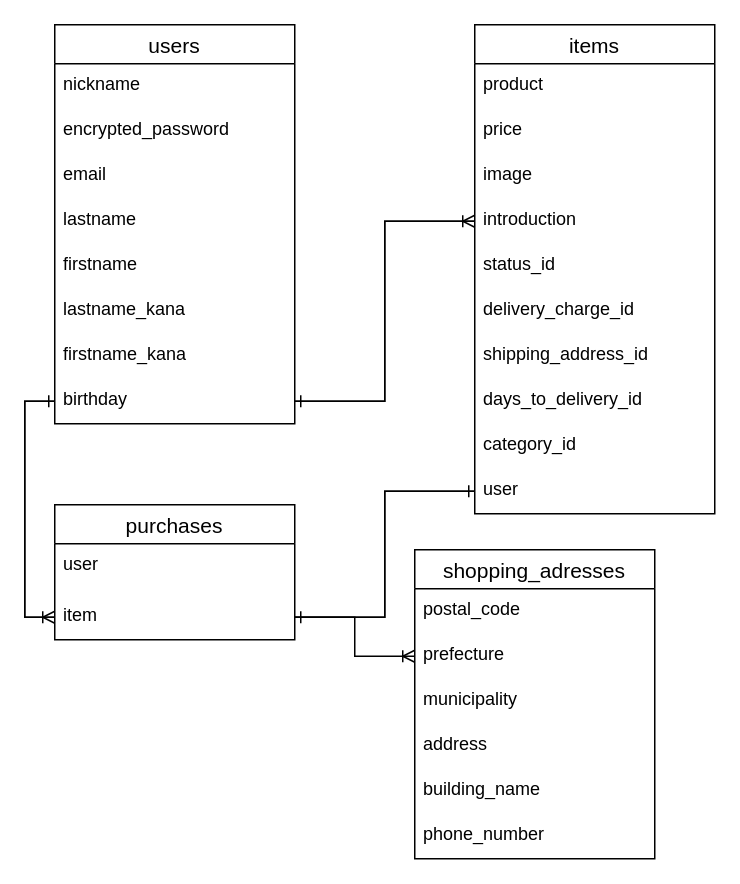
The draw.io diagram furima.dio in shiori0221/furima-35917, before the edit. Source tidied: cells renumbered, new cells numbered last; positions are measured from the earlier drawing's top-left corner, leaving out a move shared by most shapes. Both pictures are drawn from the tidied source at 150%, with x=0, y=0 at pixel (54, 24).
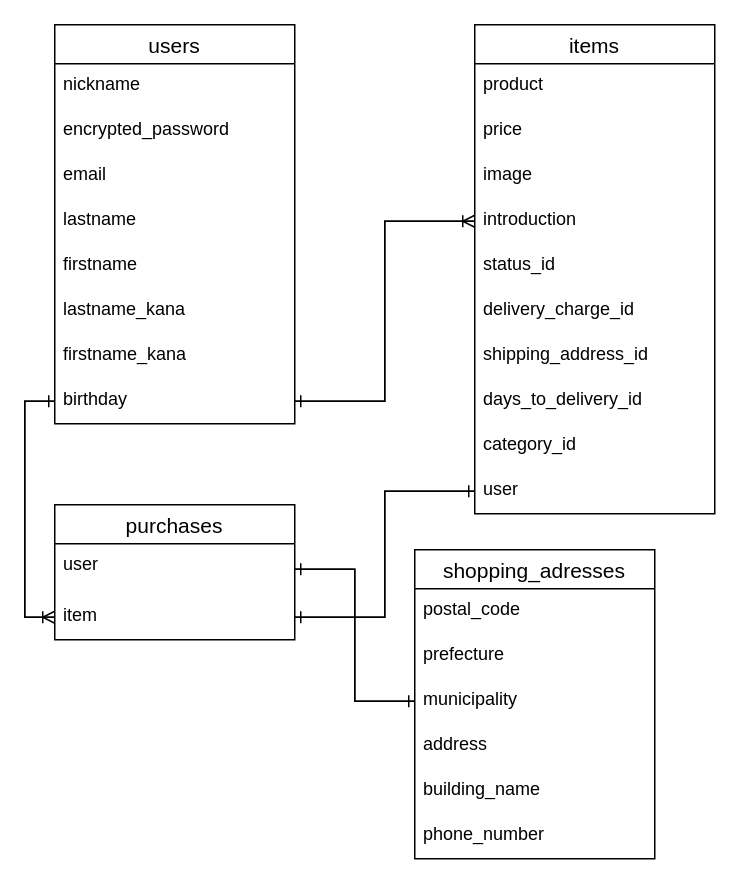
The same page after the edit.

Unchanged cells that the change refers to:
```xml
<mxCell id="23" value="user" style="text;strokeColor=none;fillColor=none;spacingLeft=4;spacingRight=4;overflow=hidden;points=[[0,0.5],[1,0.5]];portConstraint=eastwest;fontSize=12;" parent="22" vertex="1">
  <mxGeometry y="26" width="160" height="34" as="geometry" />
</mxCell>
<mxCell id="24" value="item" style="text;strokeColor=none;fillColor=none;spacingLeft=4;spacingRight=4;overflow=hidden;points=[[0,0.5],[1,0.5]];portConstraint=eastwest;fontSize=12;" parent="22" vertex="1">
  <mxGeometry y="60" width="160" height="30" as="geometry" />
</mxCell>
<mxCell id="27" value="prefecture" style="text;strokeColor=none;fillColor=none;spacingLeft=4;spacingRight=4;overflow=hidden;points=[[0,0.5],[1,0.5]];portConstraint=eastwest;fontSize=12;" parent="25" vertex="1">
  <mxGeometry y="56" width="160" height="30" as="geometry" />
</mxCell>
<mxCell id="28" value="municipality" style="text;strokeColor=none;fillColor=none;spacingLeft=4;spacingRight=4;overflow=hidden;points=[[0,0.5],[1,0.5]];portConstraint=eastwest;fontSize=12;verticalAlign=top;" parent="25" vertex="1">
  <mxGeometry y="86" width="160" height="30" as="geometry" />
</mxCell>
```

The edit, as a diff of the source:
```diff
@@
-    <mxCell id="38" style="edgeStyle=orthogonalEdgeStyle;rounded=0;jettySize=auto;html=1;entryX=0;entryY=0.5;entryDx=0;entryDy=0;endArrow=ERoneToMany;endFill=0;" parent="1" edge="1" source="24" target="27">
-      <mxGeometry relative="1" as="geometry" />
-    </mxCell>
+    <mxCell id="39" style="edgeStyle=orthogonalEdgeStyle;rounded=0;jettySize=auto;html=1;exitX=1;exitY=0.5;exitDx=0;exitDy=0;entryX=0;entryY=0.5;entryDx=0;entryDy=0;endArrow=ERone;endFill=0;" parent="1" edge="1" source="23" target="28">
+      <mxGeometry relative="1" as="geometry" />
+    </mxCell>
+    <mxCell id="40" style="edgeStyle=orthogonalEdgeStyle;rounded=0;jettySize=auto;html=1;exitX=0;exitY=0.5;exitDx=0;exitDy=0;entryX=1;entryY=0.5;entryDx=0;entryDy=0;endArrow=ERone;endFill=0;" parent="1" edge="1" source="28" target="23">
+      <mxGeometry relative="1" as="geometry" />
+    </mxCell>
```
